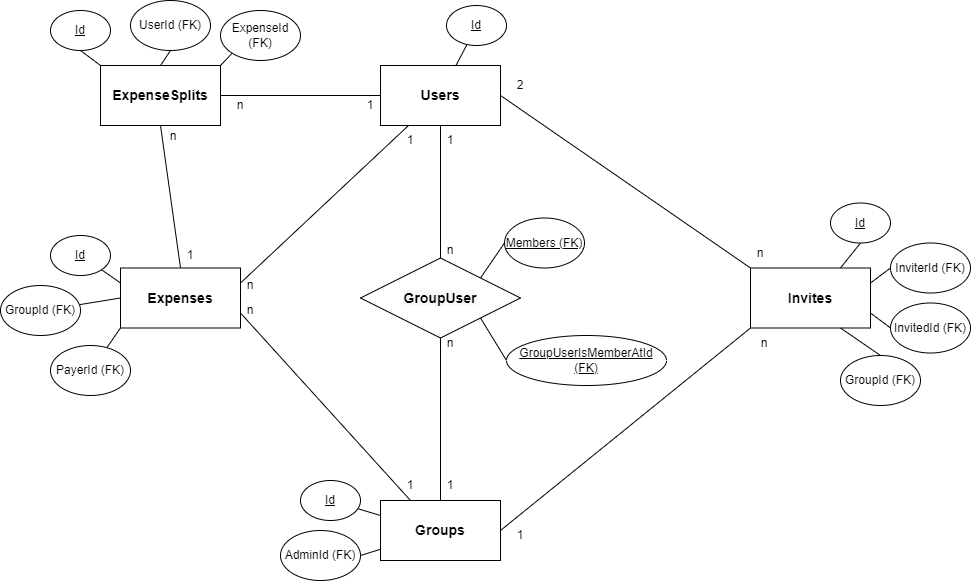
The draw.io diagram Files/ADD/ERD.drawio.png in RoomieBillProjectOrg/RoomieBill, before a commit. Source tidied: cells renumbered, new cells last; positions are measured from the earlier drawing's top-left corner, leaving out a move shared by most shapes.
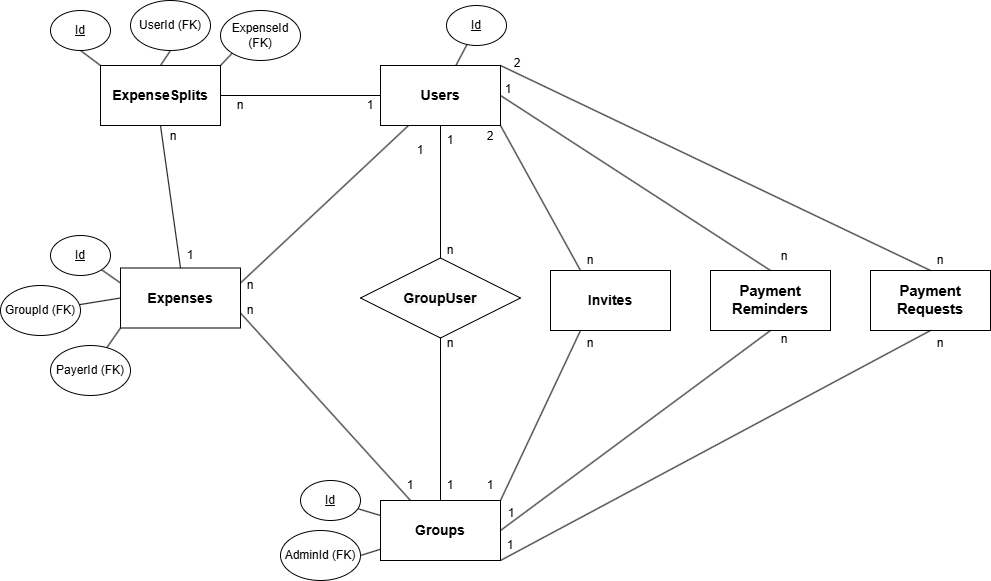
After the commit.

The edit, as a diff of the source:
```diff
@@ -11,16 +11,16 @@
     <mxCell id="4" value="&lt;span style=&quot;font-weight: 700;&quot;&gt;Expenses&lt;/span&gt;" style="rounded=0;whiteSpace=wrap;html=1;fontSize=14;" parent="1" vertex="1">
       <mxGeometry x="120" y="267.5" width="120" height="60" as="geometry" />
     </mxCell>
-    <mxCell id="5" style="edgeStyle=none;rounded=0;jettySize=auto;html=1;exitX=0;exitY=1;exitDx=0;exitDy=0;entryX=1;entryY=0.5;entryDx=0;entryDy=0;endArrow=none;endFill=0;" parent="1" edge="1" source="6" target="10">
+    <mxCell id="5" style="edgeStyle=none;rounded=0;jettySize=auto;html=1;exitX=0.5;exitY=1;exitDx=0;exitDy=0;entryX=1;entryY=0.5;entryDx=0;entryDy=0;endArrow=none;endFill=0;" parent="1" edge="1" source="6" target="10">
       <mxGeometry relative="1" as="geometry" />
     </mxCell>
-    <mxCell id="6" value="&lt;span style=&quot;font-weight: 700;&quot;&gt;Invites&lt;/span&gt;" style="rounded=0;whiteSpace=wrap;html=1;fontSize=14;" parent="1" vertex="1">
-      <mxGeometry x="750" y="267.5" width="120" height="60" as="geometry" />
+    <mxCell id="6" value="&lt;span id=&quot;docs-internal-guid-8137af58-7fff-8aff-ac5c-a7c13dc89b1a&quot;&gt;&lt;span style=&quot;font-size: 11pt; font-family: Arial, sans-serif; background-color: transparent; font-variant-numeric: normal; font-variant-east-asian: normal; font-variant-alternates: normal; font-variant-position: normal; font-variant-emoji: normal; vertical-align: baseline; white-space-collapse: preserve;&quot;&gt;&lt;b&gt;Payment&lt;br/&gt;Reminders&lt;/b&gt;&lt;/span&gt;&lt;/span&gt;" style="rounded=0;whiteSpace=wrap;html=1;fontSize=14;" parent="1" vertex="1">
+      <mxGeometry x="710" y="270" width="120" height="60" as="geometry" />
     </mxCell>
     <mxCell id="7" style="edgeStyle=none;rounded=0;jettySize=auto;html=1;exitX=0.5;exitY=1;exitDx=0;exitDy=0;endArrow=none;endFill=0;" parent="1" edge="1" source="9" target="17">
       <mxGeometry relative="1" as="geometry" />
     </mxCell>
-    <mxCell id="8" style="edgeStyle=none;rounded=0;jettySize=auto;html=1;exitX=1;exitY=0.5;exitDx=0;exitDy=0;entryX=0;entryY=0;entryDx=0;entryDy=0;endArrow=none;endFill=0;" parent="1" edge="1" source="9" target="6">
+    <mxCell id="8" style="edgeStyle=none;rounded=0;jettySize=auto;html=1;exitX=1;exitY=0.5;exitDx=0;exitDy=0;entryX=0.5;entryY=0;entryDx=0;entryDy=0;endArrow=none;endFill=0;" parent="1" edge="1" source="9" target="6">
       <mxGeometry relative="1" as="geometry" />
     </mxCell>
     <mxCell id="9" value="&lt;span style=&quot;font-weight: 700;&quot;&gt;Users&lt;/span&gt;" style="rounded=0;whiteSpace=wrap;html=1;fontSize=14;" parent="1" vertex="1">
@@ -41,12 +41,6 @@
     <mxCell id="14" style="edgeStyle=none;rounded=0;jettySize=auto;html=1;exitX=0.5;exitY=1;exitDx=0;exitDy=0;entryX=0.5;entryY=0;entryDx=0;entryDy=0;endArrow=none;endFill=0;" parent="1" edge="1" source="17" target="10">
       <mxGeometry relative="1" as="geometry" />
     </mxCell>
-    <mxCell id="15" style="edgeStyle=none;rounded=0;jettySize=auto;html=1;exitX=1;exitY=0;exitDx=0;exitDy=0;entryX=0;entryY=0.5;entryDx=0;entryDy=0;endArrow=none;endFill=0;" parent="1" edge="1" source="17" target="44">
-      <mxGeometry relative="1" as="geometry" />
-    </mxCell>
-    <mxCell id="16" style="edgeStyle=none;rounded=0;jettySize=auto;html=1;exitX=1;exitY=1;exitDx=0;exitDy=0;entryX=0;entryY=0.5;entryDx=0;entryDy=0;endArrow=none;endFill=0;" parent="1" edge="1" source="17" target="45">
-      <mxGeometry relative="1" as="geometry" />
-    </mxCell>
     <mxCell id="17" value="&lt;span style=&quot;color: rgb(0, 0, 0); font-family: Helvetica; font-size: 14px; font-style: normal; font-variant-ligatures: normal; font-variant-caps: normal; font-weight: 700; letter-spacing: normal; orphans: 2; text-align: center; text-indent: 0px; text-transform: none; widows: 2; word-spacing: 0px; -webkit-text-stroke-width: 0px; background-color: rgb(248, 249, 250); text-decoration-thickness: initial; text-decoration-style: initial; text-decoration-color: initial; float: none; display: inline !important;&quot;&gt;GroupUser&lt;/span&gt;" style="rhombus;whiteSpace=wrap;html=1;" parent="1" vertex="1">
       <mxGeometry x="360" y="257.5" width="160" height="80" as="geometry" />
     </mxCell>
@@ -56,12 +50,6 @@
     <mxCell id="19" value="&lt;u&gt;Id&lt;/u&gt;" style="ellipse;whiteSpace=wrap;html=1;" parent="1" vertex="1">
       <mxGeometry x="50" y="10" width="60" height="40" as="geometry" />
     </mxCell>
-    <mxCell id="20" style="edgeStyle=none;rounded=0;jettySize=auto;html=1;exitX=0.5;exitY=1;exitDx=0;exitDy=0;entryX=0.75;entryY=0;entryDx=0;entryDy=0;endArrow=none;endFill=0;" parent="1" edge="1" source="21" target="6">
-      <mxGeometry relative="1" as="geometry" />
-    </mxCell>
-    <mxCell id="21" value="&lt;u&gt;Id&lt;/u&gt;" style="ellipse;whiteSpace=wrap;html=1;" parent="1" vertex="1">
-      <mxGeometry x="830" y="202.5" width="60" height="40" as="geometry" />
-    </mxCell>
     <mxCell id="22" style="rounded=0;jettySize=auto;html=1;endArrow=none;endFill=0;" parent="1" edge="1" source="23" target="9">
       <mxGeometry relative="1" as="geometry" />
     </mxCell>
@@ -86,24 +74,6 @@
     <mxCell id="29" value="AdminId (FK)" style="ellipse;whiteSpace=wrap;html=1;" parent="1" vertex="1">
       <mxGeometry x="280" y="530" width="80" height="50" as="geometry" />
     </mxCell>
-    <mxCell id="30" style="edgeStyle=none;rounded=0;jettySize=auto;html=1;exitX=0;exitY=0.5;exitDx=0;exitDy=0;entryX=1;entryY=0.25;entryDx=0;entryDy=0;endArrow=none;endFill=0;" parent="1" edge="1" source="31" target="6">
-      <mxGeometry relative="1" as="geometry" />
-    </mxCell>
-    <mxCell id="31" value="InviterId (FK)" style="ellipse;whiteSpace=wrap;html=1;" parent="1" vertex="1">
-      <mxGeometry x="890" y="242.5" width="80" height="50" as="geometry" />
-    </mxCell>
-    <mxCell id="32" style="edgeStyle=none;rounded=0;jettySize=auto;html=1;exitX=0;exitY=0.5;exitDx=0;exitDy=0;entryX=1;entryY=0.75;entryDx=0;entryDy=0;endArrow=none;endFill=0;" parent="1" edge="1" source="33" target="6">
-      <mxGeometry relative="1" as="geometry" />
-    </mxCell>
-    <mxCell id="33" value="InvitedId (FK)" style="ellipse;whiteSpace=wrap;html=1;" parent="1" vertex="1">
-      <mxGeometry x="890" y="302.5" width="80" height="50" as="geometry" />
-    </mxCell>
-    <mxCell id="34" style="edgeStyle=none;rounded=0;jettySize=auto;html=1;exitX=0.5;exitY=0;exitDx=0;exitDy=0;entryX=0.75;entryY=1;entryDx=0;entryDy=0;endArrow=none;endFill=0;" parent="1" edge="1" source="35" target="6">
-      <mxGeometry relative="1" as="geometry" />
-    </mxCell>
-    <mxCell id="35" value="GroupId (FK)" style="ellipse;whiteSpace=wrap;html=1;" parent="1" vertex="1">
-      <mxGeometry x="840" y="355" width="80" height="50" as="geometry" />
-    </mxCell>
     <mxCell id="36" style="edgeStyle=none;rounded=0;jettySize=auto;html=1;entryX=0;entryY=0.5;entryDx=0;entryDy=0;endArrow=none;endFill=0;" parent="1" edge="1" source="37" target="4">
       <mxGeometry relative="1" as="geometry" />
     </mxCell>
@@ -128,12 +98,6 @@
     <mxCell id="43" value="ExpenseId (FK)" style="ellipse;whiteSpace=wrap;html=1;" parent="1" vertex="1">
       <mxGeometry x="220" y="10" width="80" height="50" as="geometry" />
     </mxCell>
-    <mxCell id="44" value="&lt;u&gt;Members (FK)&lt;/u&gt;" style="ellipse;whiteSpace=wrap;html=1;" parent="1" vertex="1">
-      <mxGeometry x="504" y="217.5" width="80" height="50" as="geometry" />
-    </mxCell>
-    <mxCell id="45" value="&lt;u&gt;GroupUserIsMemberAtId (FK)&lt;/u&gt;" style="ellipse;whiteSpace=wrap;html=1;" parent="1" vertex="1">
-      <mxGeometry x="506" y="335" width="160" height="50" as="geometry" />
-    </mxCell>
     <mxCell id="46" value="1" style="text;html=1;strokeColor=none;fillColor=none;align=center;verticalAlign=middle;whiteSpace=wrap;rounded=0;" parent="1" vertex="1">
       <mxGeometry x="430" y="125" width="40" height="30" as="geometry" />
     </mxCell>
@@ -141,16 +105,16 @@
       <mxGeometry x="430" y="470" width="40" height="30" as="geometry" />
     </mxCell>
     <mxCell id="48" value="1" style="text;html=1;strokeColor=none;fillColor=none;align=center;verticalAlign=middle;whiteSpace=wrap;rounded=0;" parent="1" vertex="1">
-      <mxGeometry x="500" y="520" width="40" height="30" as="geometry" />
+      <mxGeometry x="470" y="470" width="40" height="30" as="geometry" />
     </mxCell>
     <mxCell id="49" value="2" style="text;html=1;strokeColor=none;fillColor=none;align=center;verticalAlign=middle;whiteSpace=wrap;rounded=0;" parent="1" vertex="1">
-      <mxGeometry x="500" y="70" width="40" height="30" as="geometry" />
+      <mxGeometry x="470" y="121" width="40" height="30" as="geometry" />
     </mxCell>
     <mxCell id="50" value="n" style="text;html=1;strokeColor=none;fillColor=none;align=center;verticalAlign=middle;whiteSpace=wrap;rounded=0;" parent="1" vertex="1">
-      <mxGeometry x="740" y="237.5" width="40" height="30" as="geometry" />
+      <mxGeometry x="570" y="245" width="40" height="30" as="geometry" />
     </mxCell>
     <mxCell id="51" value="n" style="text;html=1;strokeColor=none;fillColor=none;align=center;verticalAlign=middle;whiteSpace=wrap;rounded=0;" parent="1" vertex="1">
-      <mxGeometry x="744" y="327.5" width="40" height="30" as="geometry" />
+      <mxGeometry x="570" y="327.5" width="40" height="30" as="geometry" />
     </mxCell>
     <mxCell id="52" value="n" style="text;html=1;strokeColor=none;fillColor=none;align=center;verticalAlign=middle;whiteSpace=wrap;rounded=0;" parent="1" vertex="1">
       <mxGeometry x="430" y="327.5" width="40" height="30" as="geometry" />
@@ -171,7 +135,7 @@
       <mxGeometry x="153" y="121" width="40" height="30" as="geometry" />
     </mxCell>
     <mxCell id="58" value="1" style="text;html=1;strokeColor=none;fillColor=none;align=center;verticalAlign=middle;whiteSpace=wrap;rounded=0;" parent="1" vertex="1">
-      <mxGeometry x="390" y="125" width="40" height="30" as="geometry" />
+      <mxGeometry x="488" y="74" width="40" height="30" as="geometry" />
     </mxCell>
     <mxCell id="59" value="n" style="text;html=1;strokeColor=none;fillColor=none;align=center;verticalAlign=middle;whiteSpace=wrap;rounded=0;" parent="1" vertex="1">
       <mxGeometry x="230" y="270" width="40" height="30" as="geometry" />
@@ -182,5 +146,52 @@
     <mxCell id="61" value="n" style="text;html=1;strokeColor=none;fillColor=none;align=center;verticalAlign=middle;whiteSpace=wrap;rounded=0;" parent="1" vertex="1">
       <mxGeometry x="230" y="295" width="40" height="30" as="geometry" />
     </mxCell>
+    <mxCell id="62" value="&lt;span style=&quot;font-weight: 700;&quot;&gt;Invites&lt;/span&gt;" style="rounded=0;whiteSpace=wrap;html=1;fontSize=14;" parent="1" vertex="1">
+      <mxGeometry x="550" y="270" width="120" height="60" as="geometry" />
+    </mxCell>
+    <mxCell id="63" style="edgeStyle=none;rounded=0;jettySize=auto;html=1;entryX=0.25;entryY=0;entryDx=0;entryDy=0;endArrow=none;endFill=0;exitX=1;exitY=1;exitDx=0;exitDy=0;" parent="1" edge="1" source="9" target="62">
+      <mxGeometry relative="1" as="geometry" />
+    </mxCell>
+    <mxCell id="64" style="edgeStyle=none;rounded=0;jettySize=auto;html=1;exitX=0.25;exitY=1;exitDx=0;exitDy=0;entryX=1;entryY=0;entryDx=0;entryDy=0;endArrow=none;endFill=0;" parent="1" edge="1" source="62" target="10">
+      <mxGeometry relative="1" as="geometry" />
+    </mxCell>
+    <mxCell id="65" style="edgeStyle=none;rounded=0;jettySize=auto;html=1;entryX=0.25;entryY=0;entryDx=0;entryDy=0;endArrow=none;endFill=0;exitX=1;exitY=1;exitDx=0;exitDy=0;" parent="1" edge="1" source="9">
+      <mxGeometry relative="1" as="geometry">
+        <mxPoint x="500" y="110" as="targetPoint" />
+      </mxGeometry>
+    </mxCell>
+    <mxCell id="66" value="&lt;span id=&quot;docs-internal-guid-8137af58-7fff-8aff-ac5c-a7c13dc89b1a&quot;&gt;&lt;span style=&quot;font-size: 11pt; font-family: Arial, sans-serif; background-color: transparent; font-variant-numeric: normal; font-variant-east-asian: normal; font-variant-alternates: normal; font-variant-position: normal; font-variant-emoji: normal; vertical-align: baseline; white-space-collapse: preserve;&quot;&gt;&lt;b&gt;Payment&lt;br&gt;&lt;/b&gt;&lt;span id=&quot;docs-internal-guid-c5700488-7fff-bfa4-934c-01c4db6e756c&quot;&gt;&lt;span style=&quot;font-size: 11pt; background-color: transparent; font-variant-numeric: normal; font-variant-east-asian: normal; font-variant-alternates: normal; font-variant-position: normal; font-variant-emoji: normal; vertical-align: baseline;&quot;&gt;&lt;b&gt;Requests&lt;/b&gt;&lt;/span&gt;&lt;/span&gt;&lt;b&gt;&lt;/b&gt;&lt;/span&gt;&lt;/span&gt;" style="rounded=0;whiteSpace=wrap;html=1;fontSize=14;" parent="1" vertex="1">
+      <mxGeometry x="870" y="270" width="120" height="60" as="geometry" />
+    </mxCell>
+    <mxCell id="67" value="2" style="text;html=1;strokeColor=none;fillColor=none;align=center;verticalAlign=middle;whiteSpace=wrap;rounded=0;" parent="1" vertex="1">
+      <mxGeometry x="497" y="48" width="40" height="30" as="geometry" />
+    </mxCell>
+    <mxCell id="68" style="edgeStyle=none;rounded=0;jettySize=auto;html=1;exitX=1;exitY=0;exitDx=0;exitDy=0;entryX=0.5;entryY=0;entryDx=0;entryDy=0;endArrow=none;endFill=0;" parent="1" edge="1" source="9" target="66">
+      <mxGeometry relative="1" as="geometry" />
+    </mxCell>
+    <mxCell id="69" style="edgeStyle=none;rounded=0;jettySize=auto;html=1;exitX=0.5;exitY=1;exitDx=0;exitDy=0;entryX=1;entryY=1;entryDx=0;entryDy=0;endArrow=none;endFill=0;" parent="1" edge="1" source="66" target="10">
+      <mxGeometry relative="1" as="geometry" />
+    </mxCell>
+    <mxCell id="70" value="1" style="text;html=1;strokeColor=none;fillColor=none;align=center;verticalAlign=middle;whiteSpace=wrap;rounded=0;" parent="1" vertex="1">
+      <mxGeometry x="400" y="135" width="40" height="30" as="geometry" />
+    </mxCell>
+    <mxCell id="71" value="1" style="text;html=1;strokeColor=none;fillColor=none;align=center;verticalAlign=middle;whiteSpace=wrap;rounded=0;" parent="1" vertex="1">
+      <mxGeometry x="491" y="498" width="40" height="30" as="geometry" />
+    </mxCell>
+    <mxCell id="72" value="1" style="text;html=1;strokeColor=none;fillColor=none;align=center;verticalAlign=middle;whiteSpace=wrap;rounded=0;" parent="1" vertex="1">
+      <mxGeometry x="490" y="530" width="40" height="30" as="geometry" />
+    </mxCell>
+    <mxCell id="73" value="n" style="text;html=1;strokeColor=none;fillColor=none;align=center;verticalAlign=middle;whiteSpace=wrap;rounded=0;" parent="1" vertex="1">
+      <mxGeometry x="764" y="241.2" width="40" height="30" as="geometry" />
+    </mxCell>
+    <mxCell id="74" value="n" style="text;html=1;strokeColor=none;fillColor=none;align=center;verticalAlign=middle;whiteSpace=wrap;rounded=0;" parent="1" vertex="1">
+      <mxGeometry x="764" y="323.8" width="40" height="30" as="geometry" />
+    </mxCell>
+    <mxCell id="75" value="n" style="text;html=1;strokeColor=none;fillColor=none;align=center;verticalAlign=middle;whiteSpace=wrap;rounded=0;" parent="1" vertex="1">
+      <mxGeometry x="920" y="245" width="40" height="30" as="geometry" />
+    </mxCell>
+    <mxCell id="76" value="n" style="text;html=1;strokeColor=none;fillColor=none;align=center;verticalAlign=middle;whiteSpace=wrap;rounded=0;" parent="1" vertex="1">
+      <mxGeometry x="920" y="327.5" width="40" height="30" as="geometry" />
+    </mxCell>
   </root>
 </mxGraphModel>
```
